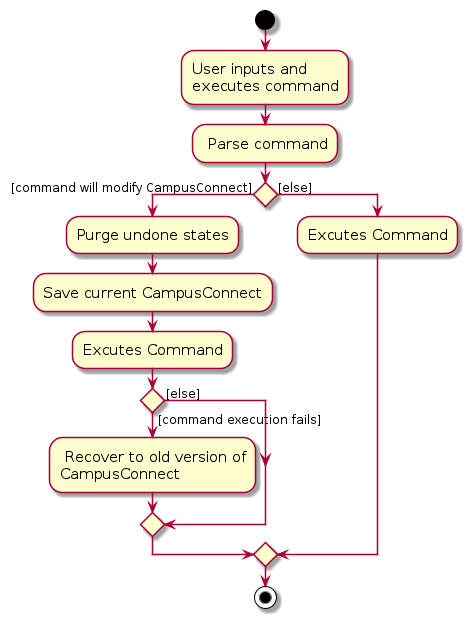
AY2425S1-CS2103T-F14a-4/tp keeps this PlantUML diagram as diagrams/CommitActivityDiagram.png. Above is the earlier version. Its source is kept beside it as diagrams/CommitActivityDiagram.puml. The source it was exported from:
```plantuml
@startuml
skin rose
skinparam ActivityFontSize 15
skinparam ArrowFontSize 12
start
:User inputs and
executes command;

: Parse command;
if () then ([command will modify CampusConnect])
    :Purge undone states;
    :Save current CampusConnect;
    :Excutes Command;
    if () then ([command execution fails])
    : Recover to old version of
    CampusConnect;
    else ([else])
    endif
else ([else])
:Excutes Command;
endif
stop
@enduml
```
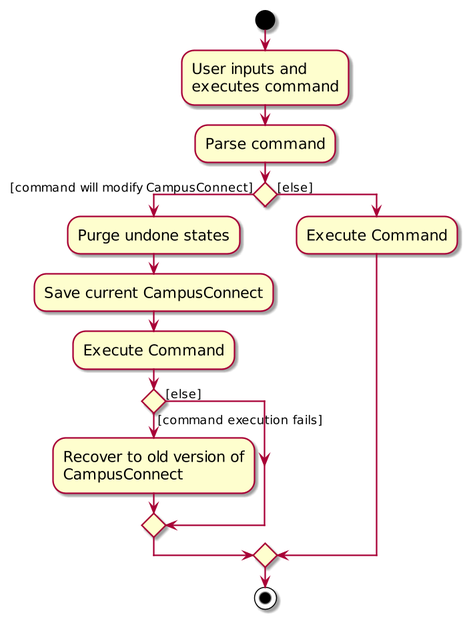
After the commit.

Diff of the diagram source:
```diff
@@ -1,23 +1,24 @@
 @startuml
+scale 1.5
 skin rose
 skinparam ActivityFontSize 15
 skinparam ArrowFontSize 12
 start
 :User inputs and
 executes command;
+:Parse command;
 
-: Parse command;
 if () then ([command will modify CampusConnect])
     :Purge undone states;
     :Save current CampusConnect;
-    :Excutes Command;
+    :Execute Command;
     if () then ([command execution fails])
-    : Recover to old version of
+    :Recover to old version of
     CampusConnect;
     else ([else])
     endif
 else ([else])
-:Excutes Command;
+:Execute Command;
 endif
 stop
 @enduml
```
